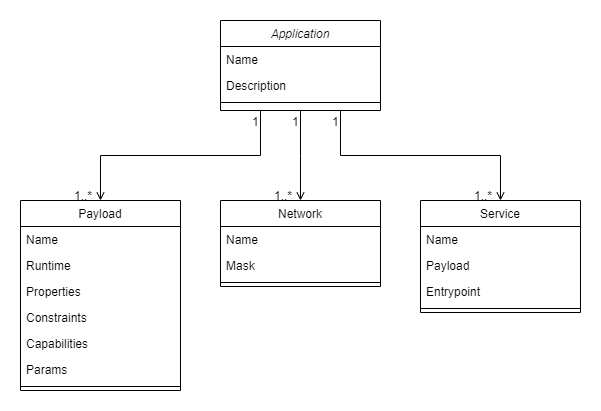
golemfactory/golem-architecture keeps this draw.io diagram as gaps/gap-16_golem_compose/gaom.drawio.png. Above is the earlier version. Source tidied: cells renumbered, new cells last; positions are measured from the earlier drawing's top-left corner, leaving out a move shared by most shapes. Source of this version:
```xml
<mxGraphModel>
  <root>
    <mxCell id="0" />
    <mxCell id="1" parent="0" />
    <mxCell id="2" value="Application" style="swimlane;fontStyle=2;align=center;verticalAlign=top;horizontal=1;startSize=26;rounded=0;shadow=0;strokeWidth=1;" parent="1" vertex="1">
      <mxGeometry x="200" width="160" height="90" as="geometry" />
    </mxCell>
    <mxCell id="3" value="Name" style="text;align=left;verticalAlign=top;spacingLeft=4;spacingRight=4;overflow=hidden;" parent="2" vertex="1">
      <mxGeometry y="26" width="160" height="26" as="geometry" />
    </mxCell>
    <mxCell id="4" value="Description" style="text;align=left;verticalAlign=top;spacingLeft=4;spacingRight=4;overflow=hidden;rounded=0;shadow=0;html=0;" parent="2" vertex="1">
      <mxGeometry y="52" width="160" height="26" as="geometry" />
    </mxCell>
    <mxCell id="5" style="line;html=1;strokeWidth=1;align=left;verticalAlign=middle;spacingTop=-1;spacingLeft=3;spacingRight=3;labelPosition=right;" parent="2" vertex="1">
      <mxGeometry y="78" width="160" height="8" as="geometry" />
    </mxCell>
    <mxCell id="6" value="Service" style="swimlane;fontStyle=0;align=center;verticalAlign=top;horizontal=1;startSize=26;rounded=0;shadow=0;strokeWidth=1;" parent="1" vertex="1">
      <mxGeometry x="400" y="180" width="160" height="112" as="geometry" />
    </mxCell>
    <mxCell id="7" value="Name" style="text;align=left;verticalAlign=top;spacingLeft=4;spacingRight=4;overflow=hidden;" parent="6" vertex="1">
      <mxGeometry y="26" width="160" height="26" as="geometry" />
    </mxCell>
    <mxCell id="8" value="Payload" style="text;align=left;verticalAlign=top;spacingLeft=4;spacingRight=4;overflow=hidden;rounded=0;shadow=0;html=0;" parent="6" vertex="1">
      <mxGeometry y="52" width="160" height="26" as="geometry" />
    </mxCell>
    <mxCell id="9" value="Entrypoint" style="text;align=left;verticalAlign=top;spacingLeft=4;spacingRight=4;overflow=hidden;rounded=0;shadow=0;html=0;" parent="6" vertex="1">
      <mxGeometry y="78" width="160" height="26" as="geometry" />
    </mxCell>
    <mxCell id="10" style="line;html=1;strokeWidth=1;align=left;verticalAlign=middle;spacingTop=-1;spacingLeft=3;spacingRight=3;labelPosition=right;" parent="6" vertex="1">
      <mxGeometry y="104" width="160" height="8" as="geometry" />
    </mxCell>
    <mxCell id="11" value="Network" style="swimlane;fontStyle=0;align=center;verticalAlign=top;horizontal=1;startSize=26;rounded=0;shadow=0;strokeWidth=1;" parent="1" vertex="1">
      <mxGeometry x="200" y="180" width="160" height="86" as="geometry" />
    </mxCell>
    <mxCell id="12" value="Name" style="text;align=left;verticalAlign=top;spacingLeft=4;spacingRight=4;overflow=hidden;" parent="11" vertex="1">
      <mxGeometry y="26" width="160" height="26" as="geometry" />
    </mxCell>
    <mxCell id="13" value="Mask" style="text;align=left;verticalAlign=top;spacingLeft=4;spacingRight=4;overflow=hidden;" parent="11" vertex="1">
      <mxGeometry y="52" width="160" height="26" as="geometry" />
    </mxCell>
    <mxCell id="14" style="line;html=1;strokeWidth=1;align=left;verticalAlign=middle;spacingTop=-1;spacingLeft=3;spacingRight=3;labelPosition=right;" parent="11" vertex="1">
      <mxGeometry y="78" width="160" height="8" as="geometry" />
    </mxCell>
    <mxCell id="15" value="Payload" style="swimlane;fontStyle=0;align=center;verticalAlign=top;horizontal=1;startSize=26;rounded=0;shadow=0;strokeWidth=1;" parent="1" vertex="1">
      <mxGeometry y="180" width="160" height="190" as="geometry" />
    </mxCell>
    <mxCell id="16" value="Name" style="text;align=left;verticalAlign=top;spacingLeft=4;spacingRight=4;overflow=hidden;" parent="15" vertex="1">
      <mxGeometry y="26" width="160" height="26" as="geometry" />
    </mxCell>
    <mxCell id="17" value="Runtime" style="text;align=left;verticalAlign=top;spacingLeft=4;spacingRight=4;overflow=hidden;" parent="15" vertex="1">
      <mxGeometry y="52" width="160" height="26" as="geometry" />
    </mxCell>
    <mxCell id="18" value="Properties" style="text;align=left;verticalAlign=top;spacingLeft=4;spacingRight=4;overflow=hidden;" parent="15" vertex="1">
      <mxGeometry y="78" width="160" height="26" as="geometry" />
    </mxCell>
    <mxCell id="19" value="Constraints" style="text;align=left;verticalAlign=top;spacingLeft=4;spacingRight=4;overflow=hidden;rounded=0;shadow=0;html=0;" parent="15" vertex="1">
      <mxGeometry y="104" width="160" height="26" as="geometry" />
    </mxCell>
    <mxCell id="20" value="Capabilities" style="text;align=left;verticalAlign=top;spacingLeft=4;spacingRight=4;overflow=hidden;rounded=0;shadow=0;html=0;" parent="15" vertex="1">
      <mxGeometry y="130" width="160" height="26" as="geometry" />
    </mxCell>
    <mxCell id="21" value="Params" style="text;align=left;verticalAlign=top;spacingLeft=4;spacingRight=4;overflow=hidden;rounded=0;shadow=0;html=0;" parent="15" vertex="1">
      <mxGeometry y="156" width="160" height="26" as="geometry" />
    </mxCell>
    <mxCell id="22" style="line;html=1;strokeWidth=1;align=left;verticalAlign=middle;spacingTop=-1;spacingLeft=3;spacingRight=3;labelPosition=right;" parent="15" vertex="1">
      <mxGeometry y="182" width="160" height="8" as="geometry" />
    </mxCell>
    <mxCell id="23" style="endArrow=open;shadow=0;strokeWidth=1;rounded=0;endFill=1;edgeStyle=elbowEdgeStyle;elbow=vertical;exitX=0.25;exitY=1;exitDx=0;exitDy=0;" parent="1" edge="1" source="2" target="15">
      <mxGeometry x="0.5" y="41" relative="1" as="geometry">
        <mxPoint x="-40" y="32" as="offset" />
      </mxGeometry>
    </mxCell>
    <mxCell id="24" value="1" style="align=left;verticalAlign=bottom;labelBackgroundColor=none;fontSize=12;" parent="23" vertex="1">
      <mxGeometry x="-1" relative="1" as="geometry">
        <mxPoint x="-10" y="20" as="offset" />
      </mxGeometry>
    </mxCell>
    <mxCell id="25" value="1..*" style="align=right;verticalAlign=bottom;labelBackgroundColor=none;fontSize=12;" parent="23" vertex="1">
      <mxGeometry x="1" relative="1" as="geometry">
        <mxPoint x="-7" y="4" as="offset" />
      </mxGeometry>
    </mxCell>
    <mxCell id="26" style="endArrow=open;shadow=0;strokeWidth=1;rounded=0;endFill=1;edgeStyle=elbowEdgeStyle;elbow=vertical;exitX=0.5;exitY=1;exitDx=0;exitDy=0;entryX=0.5;entryY=0;entryDx=0;entryDy=0;" parent="1" edge="1" source="2" target="11">
      <mxGeometry x="0.5" y="41" relative="1" as="geometry">
        <mxPoint x="-40" y="32" as="offset" />
      </mxGeometry>
    </mxCell>
    <mxCell id="27" value="1" style="align=left;verticalAlign=bottom;labelBackgroundColor=none;fontSize=12;" parent="26" vertex="1">
      <mxGeometry x="-1" relative="1" as="geometry">
        <mxPoint x="-10" y="20" as="offset" />
      </mxGeometry>
    </mxCell>
    <mxCell id="28" value="1..*" style="align=right;verticalAlign=bottom;labelBackgroundColor=none;fontSize=12;" parent="26" vertex="1">
      <mxGeometry x="1" relative="1" as="geometry">
        <mxPoint x="-7" y="4" as="offset" />
      </mxGeometry>
    </mxCell>
    <mxCell id="29" style="endArrow=open;shadow=0;strokeWidth=1;rounded=0;endFill=1;edgeStyle=elbowEdgeStyle;elbow=vertical;exitX=0.75;exitY=1;exitDx=0;exitDy=0;entryX=0.5;entryY=0;entryDx=0;entryDy=0;" parent="1" edge="1" source="2" target="6">
      <mxGeometry x="0.5" y="41" relative="1" as="geometry">
        <mxPoint x="-40" y="32" as="offset" />
      </mxGeometry>
    </mxCell>
    <mxCell id="30" value="1" style="align=left;verticalAlign=bottom;labelBackgroundColor=none;fontSize=12;" parent="29" vertex="1">
      <mxGeometry x="-1" relative="1" as="geometry">
        <mxPoint x="-10" y="20" as="offset" />
      </mxGeometry>
    </mxCell>
    <mxCell id="31" value="1..*" style="align=right;verticalAlign=bottom;labelBackgroundColor=none;fontSize=12;" parent="29" vertex="1">
      <mxGeometry x="1" relative="1" as="geometry">
        <mxPoint x="-7" y="4" as="offset" />
      </mxGeometry>
    </mxCell>
  </root>
</mxGraphModel>
```
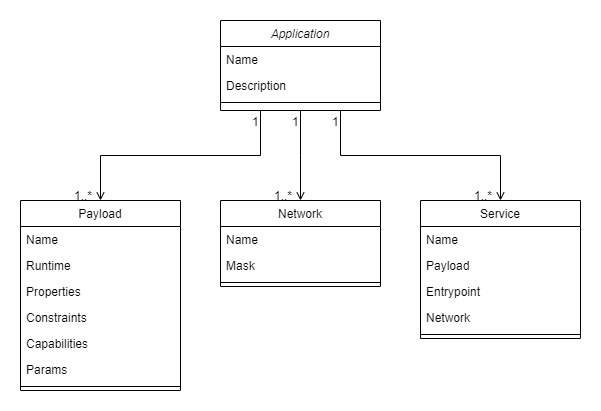
Later version of the same file.

What changed in the source:
```diff
@@ -15,7 +15,7 @@
       <mxGeometry y="78" width="160" height="8" as="geometry" />
     </mxCell>
     <mxCell id="6" value="Service" style="swimlane;fontStyle=0;align=center;verticalAlign=top;horizontal=1;startSize=26;rounded=0;shadow=0;strokeWidth=1;" parent="1" vertex="1">
-      <mxGeometry x="400" y="180" width="160" height="112" as="geometry" />
+      <mxGeometry x="400" y="180" width="160" height="138" as="geometry" />
     </mxCell>
     <mxCell id="7" value="Name" style="text;align=left;verticalAlign=top;spacingLeft=4;spacingRight=4;overflow=hidden;" parent="6" vertex="1">
       <mxGeometry y="26" width="160" height="26" as="geometry" />
@@ -26,8 +26,11 @@
     <mxCell id="9" value="Entrypoint" style="text;align=left;verticalAlign=top;spacingLeft=4;spacingRight=4;overflow=hidden;rounded=0;shadow=0;html=0;" parent="6" vertex="1">
       <mxGeometry y="78" width="160" height="26" as="geometry" />
     </mxCell>
+    <mxCell id="32" value="Network" style="text;align=left;verticalAlign=top;spacingLeft=4;spacingRight=4;overflow=hidden;rounded=0;shadow=0;html=0;" parent="6" vertex="1">
+      <mxGeometry y="104" width="160" height="26" as="geometry" />
+    </mxCell>
     <mxCell id="10" style="line;html=1;strokeWidth=1;align=left;verticalAlign=middle;spacingTop=-1;spacingLeft=3;spacingRight=3;labelPosition=right;" parent="6" vertex="1">
-      <mxGeometry y="104" width="160" height="8" as="geometry" />
+      <mxGeometry y="130" width="160" height="8" as="geometry" />
     </mxCell>
     <mxCell id="11" value="Network" style="swimlane;fontStyle=0;align=center;verticalAlign=top;horizontal=1;startSize=26;rounded=0;shadow=0;strokeWidth=1;" parent="1" vertex="1">
       <mxGeometry x="200" y="180" width="160" height="86" as="geometry" />
```
